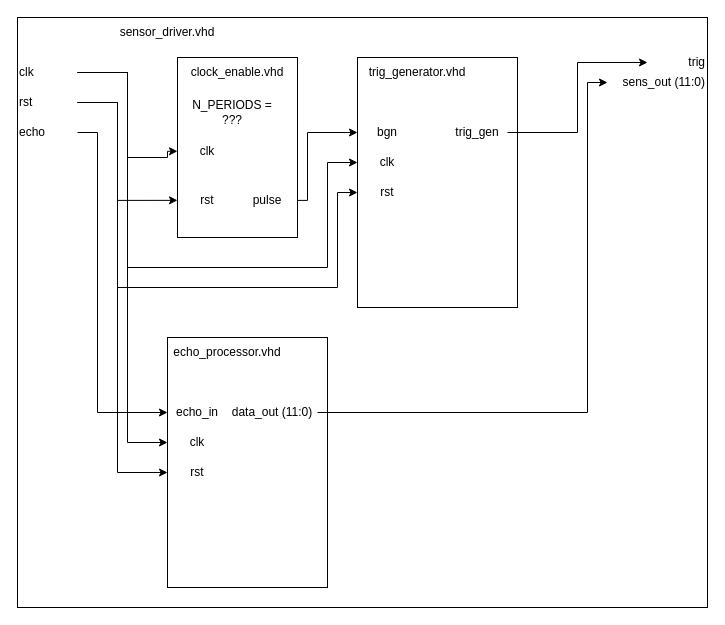
Before: Diagrams/originals/sensor_driver.drawio in nemecekvit/Ultrasound-controller, a draw.io diagram. Source tidied: cells renumbered, new cells numbered last; positions are measured from the earlier drawing's top-left corner, leaving out a move shared by most shapes. Both pictures are drawn from the tidied source at 100%, with x=0, y=0 at pixel (17, 17).
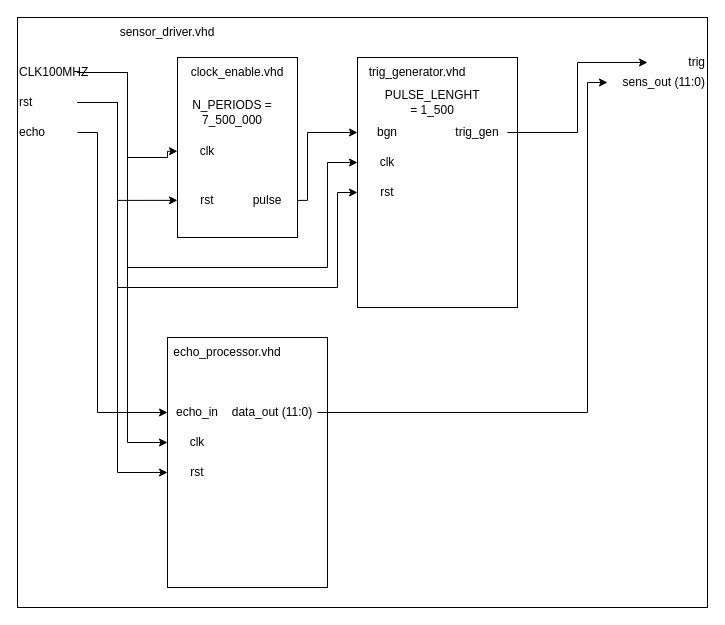
The same page after the edit.

Commit message (it also covers changes not shown here):
Changed sensor_driver

The change refers to these unchanged cells:
```xml
<mxCell id="14" style="group;" parent="1" vertex="1">
  <mxGeometry x="160" y="40" width="120" height="180" as="geometry" />
</mxCell>
<mxCell id="23" style="group;" parent="1" vertex="1">
  <mxGeometry x="340" y="40" width="160" height="250" as="geometry" />
</mxCell>
```

Diff of the diagram source:
```diff
@@
-    <mxCell id="7" value="clk" style="text;html=1;align=left;verticalAlign=middle;whiteSpace=wrap;rounded=0;" parent="1" vertex="1">
+    <mxCell id="7" value="CLK100MHZ" style="text;html=1;align=left;verticalAlign=middle;whiteSpace=wrap;rounded=0;" parent="1" vertex="1">
       <mxGeometry y="40" width="60" height="30" as="geometry" />
     </mxCell>
@@
-    <mxCell id="20" value="N_PERIODS = ???" style="text;html=1;align=center;verticalAlign=middle;whiteSpace=wrap;rounded=0;" parent="14" vertex="1">
+    <mxCell id="20" value="N_PERIODS = 7_500_000" style="text;html=1;align=center;verticalAlign=middle;whiteSpace=wrap;rounded=0;" parent="14" vertex="1">
       <mxGeometry x="10" y="30" width="90" height="49.1" as="geometry" />
     </mxCell>
@@
+    <mxCell id="40" value="PULSE_LENGHT = 1_500" style="text;html=1;align=center;verticalAlign=middle;whiteSpace=wrap;rounded=0;" parent="23" vertex="1">
+      <mxGeometry x="30" y="20" width="90" height="49.1" as="geometry" />
+    </mxCell>
```
